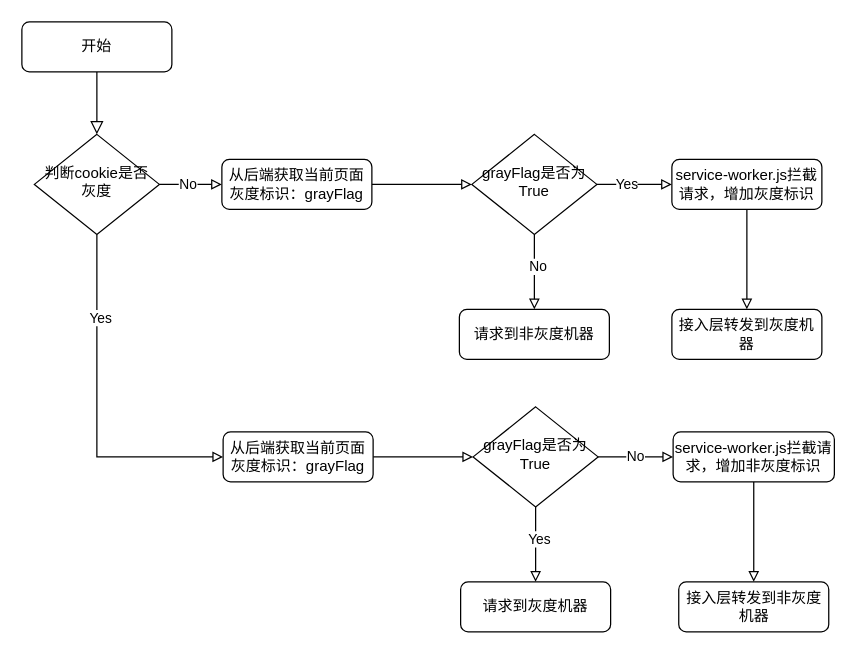
Before: 传统灰度方案.drawio in VikiLee/wechat_share, a draw.io diagram. Source tidied: cells renumbered, new cells numbered last; positions are measured from the earlier drawing's top-left corner, leaving out a move shared by most shapes. Both pictures are drawn from the tidied source at 125%, with x=0, y=0 at pixel (21, 21).
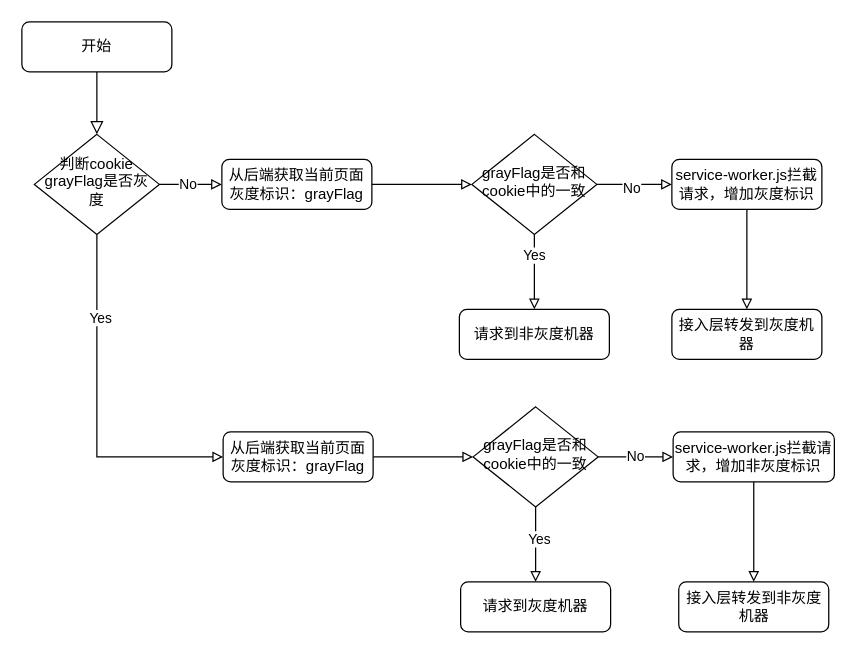
The same diagram, later.

Commit message:
更新传统灰度方案.drawio

The change refers to these unchanged cells:
```xml
<mxCell id="11" style="edgeStyle=orthogonalEdgeStyle;rounded=0;jettySize=auto;html=1;endArrow=block;endFill=0;" parent="1" edge="1" source="15" target="17">
  <mxGeometry relative="1" as="geometry" />
</mxCell>
<mxCell id="19" value="请求到非灰度机器" style="rounded=1;whiteSpace=wrap;html=1;fontSize=12;glass=0;strokeWidth=1;shadow=0;" parent="1" vertex="1">
  <mxGeometry x="350" y="230" width="120" height="40" as="geometry" />
</mxCell>
```

The edit, as a diff of the source:
```diff
@@
-    <mxCell id="8" value="判断cookie是否灰度" style="rhombus;whiteSpace=wrap;html=1;shadow=0;fontFamily=Helvetica;fontSize=12;align=center;strokeWidth=1;spacing=6;spacingTop=-4;" parent="1" vertex="1">
+    <mxCell id="8" value="判断cookie grayFlag是否灰度" style="rhombus;whiteSpace=wrap;html=1;shadow=0;fontFamily=Helvetica;fontSize=12;align=center;strokeWidth=1;spacing=6;spacingTop=-4;" parent="1" vertex="1">
       <mxGeometry x="10" y="90" width="100" height="80" as="geometry" />
     </mxCell>
@@
+    <mxCell id="14" value="No" style="edgeLabel;html=1;align=center;verticalAlign=middle;" parent="11" vertex="1">
+      <mxGeometry x="-0.1" y="-2" relative="1" as="geometry" />
+    </mxCell>
+    <mxCell id="13" style="edgeStyle=orthogonalEdgeStyle;rounded=0;jettySize=auto;html=1;endArrow=block;endFill=0;" parent="1" edge="1" source="15" target="19">
+      <mxGeometry relative="1" as="geometry" />
+    </mxCell>
-    <mxCell id="12" value="Yes" style="edgeLabel;html=1;align=center;verticalAlign=middle;" parent="11" vertex="1">
-      <mxGeometry x="-0.23" y="1" relative="1" as="geometry" />
+    <mxCell id="12" value="Yes" style="edgeLabel;html=1;align=center;verticalAlign=middle;" parent="13" vertex="1">
+      <mxGeometry x="-0.47" y="-1" relative="1" as="geometry" />
     </mxCell>
-    <mxCell id="13" style="edgeStyle=orthogonalEdgeStyle;rounded=0;jettySize=auto;html=1;endArrow=block;endFill=0;" parent="1" edge="1" source="15" target="19">
-      <mxGeometry relative="1" as="geometry" />
-    </mxCell>
-    <mxCell id="14" value="No" style="edgeLabel;html=1;align=center;verticalAlign=middle;" parent="13" vertex="1">
-      <mxGeometry x="-0.17" y="2" relative="1" as="geometry" />
-    </mxCell>
-    <mxCell id="15" value="grayFlag是否为True" style="rhombus;whiteSpace=wrap;html=1;shadow=0;fontFamily=Helvetica;fontSize=12;align=center;strokeWidth=1;spacing=6;spacingTop=-4;" parent="1" vertex="1">
+    <mxCell id="15" value="grayFlag是否和cookie中的一致" style="rhombus;whiteSpace=wrap;html=1;shadow=0;fontFamily=Helvetica;fontSize=12;align=center;strokeWidth=1;spacing=6;spacingTop=-4;" parent="1" vertex="1">
       <mxGeometry x="360" y="90" width="100" height="80" as="geometry" />
     </mxCell>
@@
-    <mxCell id="25" value="grayFlag是否为True" style="rhombus;whiteSpace=wrap;html=1;shadow=0;fontFamily=Helvetica;fontSize=12;align=center;strokeWidth=1;spacing=6;spacingTop=-4;" parent="1" vertex="1">
+    <mxCell id="25" value="grayFlag是否和cookie中的一致" style="rhombus;whiteSpace=wrap;html=1;shadow=0;fontFamily=Helvetica;fontSize=12;align=center;strokeWidth=1;spacing=6;spacingTop=-4;" parent="1" vertex="1">
       <mxGeometry x="361" y="308" width="100" height="80" as="geometry" />
     </mxCell>
```
